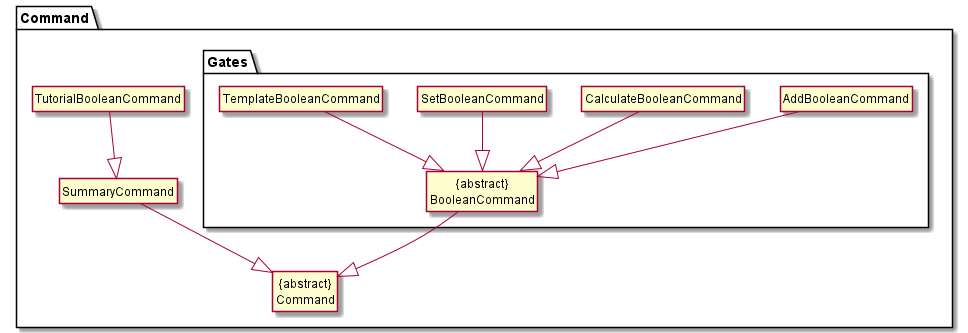
Above: docs/diagrams/BooleanCommandClassDiagram.png in sevenseasofbri/tp (PlantUML), before the change.
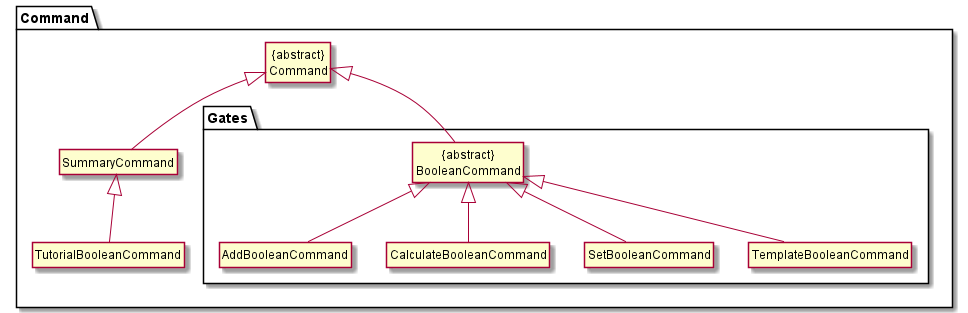
The same file after the commit.

Diff of the diagram source:
```diff
@@ -18,12 +18,12 @@
 }
 }
 
-Bool --|> Command
-Add --|> Bool
-Set --|> Bool
-Template --|> Bool
-Calc --|> Bool
-Summary --|> Command
-Tutorial --|> Summary
+Bool -u-|> Command
+Add -u-|> Bool
+Set -u-|> Bool
+Template -u-|> Bool
+Calc -u-|> Bool
+Summary -u-|> Command
+Tutorial -u-|> Summary
 
 @enduml
```
